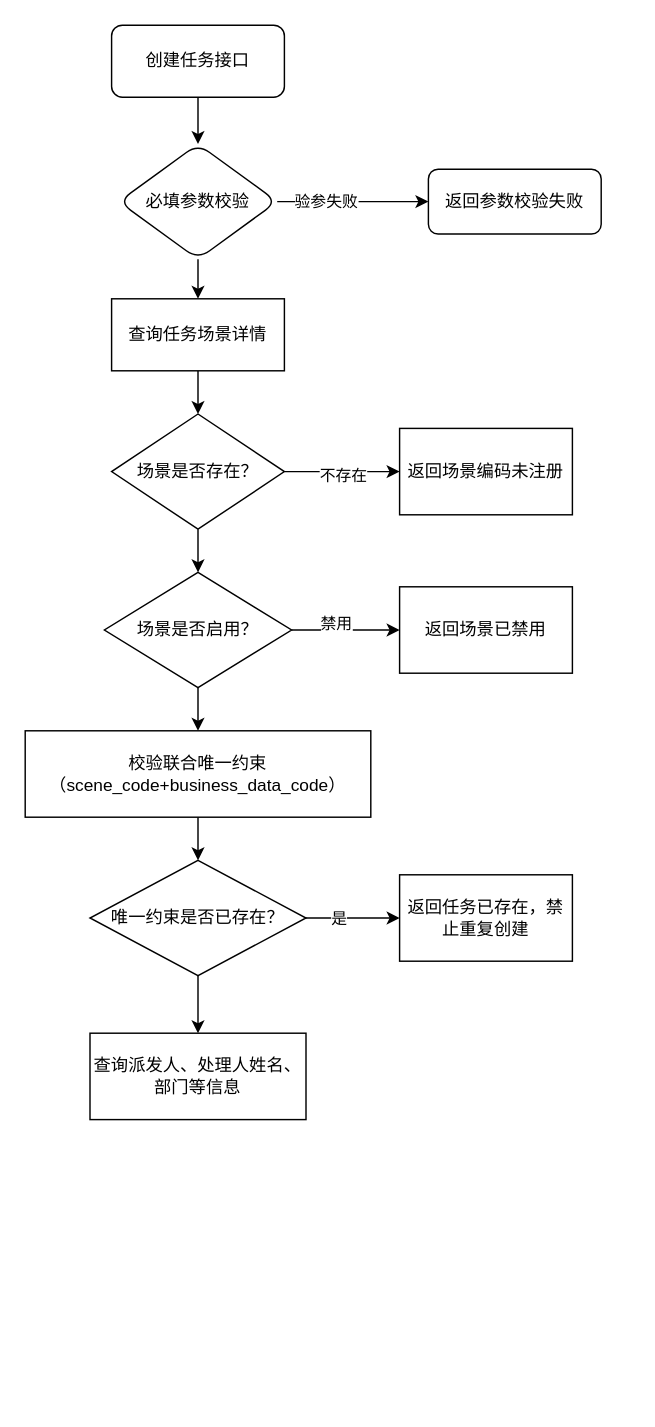
DongRuihua/draw keeps this draw.io diagram as 我的任务-创建.drawio. Above is the earlier version. Source tidied: cells renumbered, new cells numbered last; positions are measured from the earlier drawing's top-left corner, leaving out a move shared by most shapes. Both pictures are drawn from the tidied source at 144%, with x=0, y=0 at pixel (24, 24).
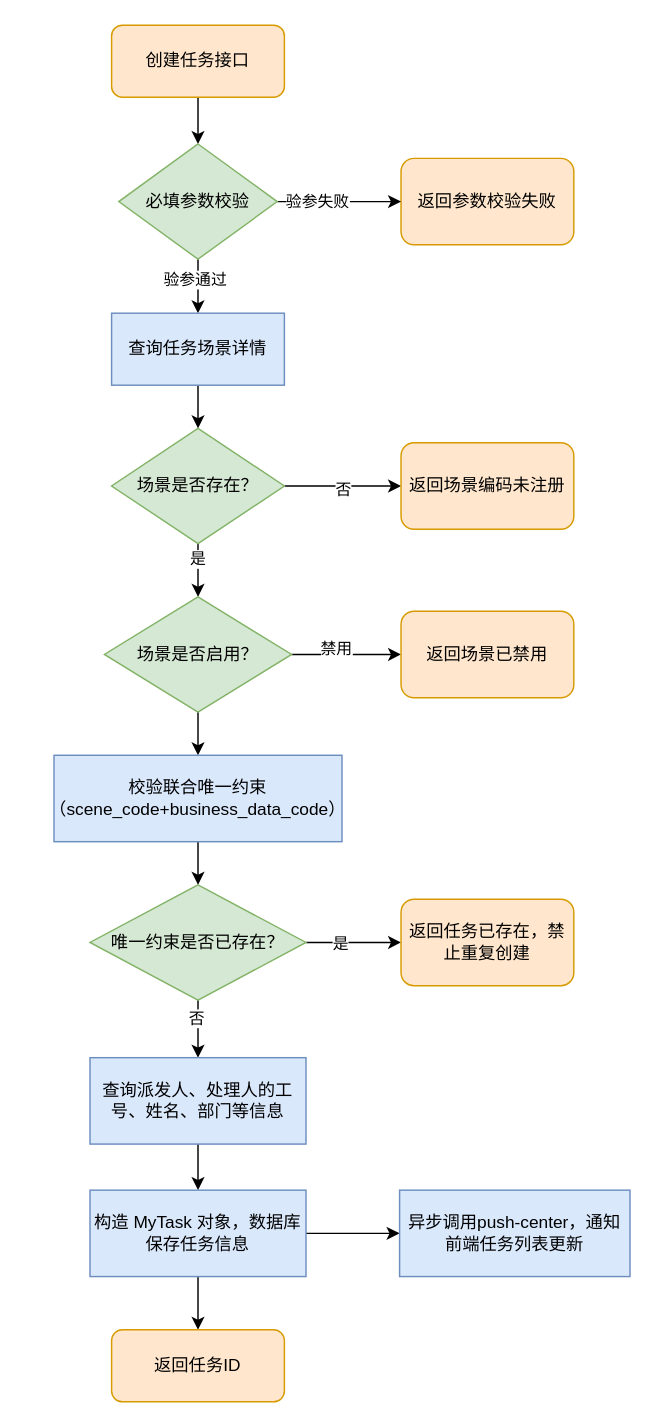
Above is the later version.

Commit message (it also covers changes not shown here):
更新我的任务-创建.drawio

The change refers to these unchanged cells:
```xml
<mxCell id="7" style="edgeStyle=orthogonalEdgeStyle;rounded=0;jettySize=auto;html=1;" parent="1" edge="1" source="8" target="10">
  <mxGeometry relative="1" as="geometry" />
</mxCell>
<mxCell id="11" style="edgeStyle=orthogonalEdgeStyle;rounded=0;jettySize=auto;html=1;" parent="1" edge="1" source="14" target="15">
  <mxGeometry relative="1" as="geometry" />
</mxCell>
<mxCell id="13" style="edgeStyle=orthogonalEdgeStyle;rounded=0;jettySize=auto;html=1;" parent="1" edge="1" source="14" target="19">
  <mxGeometry relative="1" as="geometry" />
</mxCell>
<mxCell id="25" style="edgeStyle=orthogonalEdgeStyle;rounded=0;jettySize=auto;html=1;" parent="1" edge="1" source="26" target="28">
  <mxGeometry relative="1" as="geometry" />
</mxCell>
```

The edit, as a diff of the source:
```diff
@@
-    <mxCell id="3" value="创建任务接口" style="rounded=1;whiteSpace=wrap;html=1;" parent="1" vertex="1">
+    <mxCell id="3" value="创建任务接口" style="rounded=1;whiteSpace=wrap;html=1;fillStyle=auto;fillColor=#ffe6cc;strokeColor=#d79b00;" parent="1" vertex="1">
       <mxGeometry x="60" width="120" height="50" as="geometry" />
     </mxCell>
-    <mxCell id="4" value="返回参数校验失败" style="whiteSpace=wrap;html=1;rounded=1;" parent="1" vertex="1">
-      <mxGeometry x="280" y="100" width="120" height="45" as="geometry" />
+    <mxCell id="4" value="返回参数校验失败" style="whiteSpace=wrap;html=1;rounded=1;fillColor=#ffe6cc;strokeColor=#d79b00;" parent="1" vertex="1">
+      <mxGeometry x="261" y="92.5" width="120" height="60" as="geometry" />
     </mxCell>
@@
+    <mxCell id="29" value="验参通过" style="edgeLabel;html=1;align=center;verticalAlign=middle;" parent="7" vertex="1">
+      <mxGeometry x="-0.33" y="-3" relative="1" as="geometry" />
+    </mxCell>
-    <mxCell id="8" value="必填参数校验" style="rhombus;whiteSpace=wrap;html=1;rounded=1;" parent="1" vertex="1">
+    <mxCell id="8" value="必填参数校验" style="rhombus;whiteSpace=wrap;html=1;rounded=0;fillColor=#d5e8d4;strokeColor=#82b366;" parent="1" vertex="1">
       <mxGeometry x="65" y="82.5" width="110" height="80" as="geometry" />
     </mxCell>
@@
-    <mxCell id="10" value="查询任务场景详情" style="rounded=0;whiteSpace=wrap;html=1;" parent="1" vertex="1">
-      <mxGeometry x="60" y="190" width="120" height="50" as="geometry" />
+    <mxCell id="10" value="查询任务场景详情" style="rounded=0;whiteSpace=wrap;html=1;fillColor=#dae8fc;strokeColor=#6c8ebf;" parent="1" vertex="1">
+      <mxGeometry x="60" y="200" width="120" height="50" as="geometry" />
     </mxCell>
@@
-    <mxCell id="12" value="不存在" style="edgeLabel;html=1;align=center;verticalAlign=middle;" parent="11" vertex="1">
+    <mxCell id="12" value="否" style="edgeLabel;html=1;align=center;verticalAlign=middle;" parent="11" vertex="1">
       <mxGeometry x="-0.01" y="-2" relative="1" as="geometry" />
     </mxCell>
@@
+    <mxCell id="30" value="是" style="edgeLabel;html=1;align=center;verticalAlign=middle;" parent="13" vertex="1">
+      <mxGeometry x="-0.52" y="-1" relative="1" as="geometry" />
+    </mxCell>
-    <mxCell id="14" value="场景是否存在？" style="rhombus;whiteSpace=wrap;html=1;rounded=0;" parent="1" vertex="1">
-      <mxGeometry x="60" y="270" width="120" height="80" as="geometry" />
+    <mxCell id="14" value="场景是否存在？" style="rhombus;whiteSpace=wrap;html=1;rounded=0;fillColor=#d5e8d4;strokeColor=#82b366;" parent="1" vertex="1">
+      <mxGeometry x="60" y="280" width="120" height="80" as="geometry" />
     </mxCell>
-    <mxCell id="15" value="返回场景编码未注册" style="whiteSpace=wrap;html=1;rounded=0;" parent="1" vertex="1">
-      <mxGeometry x="260" y="280" width="120" height="60" as="geometry" />
+    <mxCell id="15" value="返回场景编码未注册" style="whiteSpace=wrap;html=1;rounded=1;fillColor=#ffe6cc;strokeColor=#d79b00;" parent="1" vertex="1">
+      <mxGeometry x="261" y="290" width="120" height="60" as="geometry" />
     </mxCell>
@@
-    <mxCell id="19" value="场景是否启用？" style="rhombus;whiteSpace=wrap;html=1;rounded=0;" parent="1" vertex="1">
-      <mxGeometry x="55" y="380" width="130" height="80" as="geometry" />
+    <mxCell id="19" value="场景是否启用？" style="rhombus;whiteSpace=wrap;html=1;rounded=0;fillColor=#d5e8d4;strokeColor=#82b366;" parent="1" vertex="1">
+      <mxGeometry x="55" y="397" width="130" height="80" as="geometry" />
     </mxCell>
-    <mxCell id="20" value="返回场景已禁用" style="rounded=0;whiteSpace=wrap;html=1;" parent="1" vertex="1">
-      <mxGeometry x="260" y="390" width="120" height="60" as="geometry" />
+    <mxCell id="20" value="返回场景已禁用" style="rounded=1;whiteSpace=wrap;html=1;fillColor=#ffe6cc;strokeColor=#d79b00;" parent="1" vertex="1">
+      <mxGeometry x="261" y="407" width="120" height="60" as="geometry" />
     </mxCell>
@@
-    <mxCell id="22" value="校验联合唯一约束&lt;br&gt;（scene_code+business_data_code）" style="whiteSpace=wrap;html=1;rounded=0;" parent="1" vertex="1">
-      <mxGeometry y="490" width="240" height="60" as="geometry" />
+    <mxCell id="22" value="校验联合唯一约束&lt;br&gt;（scene_code+business_data_code）" style="whiteSpace=wrap;html=1;rounded=0;fillColor=#dae8fc;strokeColor=#6c8ebf;" parent="1" vertex="1">
+      <mxGeometry x="20" y="507" width="200" height="60" as="geometry" />
     </mxCell>
@@
+    <mxCell id="31" value="否" style="edgeLabel;html=1;align=center;verticalAlign=middle;" parent="25" vertex="1">
+      <mxGeometry x="-0.41" y="-2" relative="1" as="geometry" />
+    </mxCell>
-    <mxCell id="26" value="唯一约束是否已存在？" style="rhombus;whiteSpace=wrap;html=1;rounded=0;" parent="1" vertex="1">
-      <mxGeometry x="45" y="580" width="150" height="80" as="geometry" />
+    <mxCell id="26" value="唯一约束是否已存在？" style="rhombus;whiteSpace=wrap;html=1;rounded=0;fillColor=#d5e8d4;strokeColor=#82b366;" parent="1" vertex="1">
+      <mxGeometry x="45" y="597" width="150" height="80" as="geometry" />
     </mxCell>
-    <mxCell id="27" value="返回任务已存在，禁止重复创建" style="whiteSpace=wrap;html=1;rounded=0;" parent="1" vertex="1">
-      <mxGeometry x="260" y="590" width="120" height="60" as="geometry" />
+    <mxCell id="27" value="返回任务已存在，禁止重复创建" style="whiteSpace=wrap;html=1;rounded=1;fillColor=#ffe6cc;strokeColor=#d79b00;" parent="1" vertex="1">
+      <mxGeometry x="261" y="607" width="120" height="60" as="geometry" />
     </mxCell>
+    <mxCell id="32" style="edgeStyle=orthogonalEdgeStyle;rounded=0;jettySize=auto;html=1;" parent="1" edge="1" source="28" target="35">
+      <mxGeometry relative="1" as="geometry" />
+    </mxCell>
-    <mxCell id="28" value="查询派发人、处理人姓名、部门等信息" style="rounded=0;whiteSpace=wrap;html=1;" parent="1" vertex="1">
-      <mxGeometry x="45" y="700" width="150" height="60" as="geometry" />
+    <mxCell id="28" value="查询派发人、处理人的工号、姓名、部门等信息" style="rounded=0;whiteSpace=wrap;html=1;fillColor=#dae8fc;strokeColor=#6c8ebf;" parent="1" vertex="1">
+      <mxGeometry x="45" y="717" width="150" height="60" as="geometry" />
     </mxCell>
+    <mxCell id="33" style="edgeStyle=orthogonalEdgeStyle;rounded=0;jettySize=auto;html=1;" parent="1" edge="1" source="35" target="36">
+      <mxGeometry relative="1" as="geometry" />
+    </mxCell>
+    <mxCell id="34" style="edgeStyle=orthogonalEdgeStyle;rounded=0;jettySize=auto;html=1;" parent="1" edge="1" source="35" target="37">
+      <mxGeometry relative="1" as="geometry" />
+    </mxCell>
+    <mxCell id="35" value="构造 MyTask 对象，数据库保存任务信息" style="whiteSpace=wrap;html=1;rounded=0;fillColor=#dae8fc;strokeColor=#6c8ebf;" parent="1" vertex="1">
+      <mxGeometry x="45" y="809" width="150" height="60" as="geometry" />
+    </mxCell>
+    <mxCell id="36" value="返回任务ID" style="rounded=1;whiteSpace=wrap;html=1;fillStyle=auto;fillColor=#ffe6cc;strokeColor=#d79b00;" parent="1" vertex="1">
+      <mxGeometry x="60" y="906" width="120" height="50" as="geometry" />
+    </mxCell>
+    <mxCell id="37" value="异步调用push-center，通知前端任务列表更新" style="whiteSpace=wrap;html=1;fillColor=#dae8fc;strokeColor=#6c8ebf;rounded=0;" parent="1" vertex="1">
+      <mxGeometry x="260" y="809" width="160" height="60" as="geometry" />
+    </mxCell>
```
